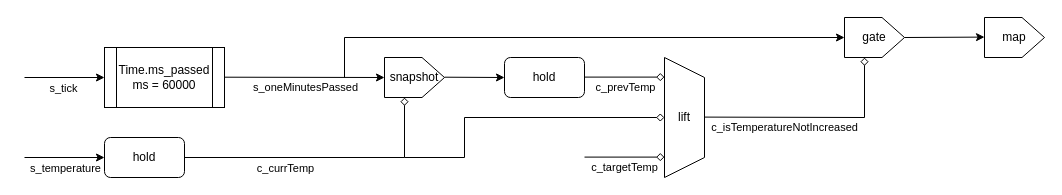
The draw.io diagram images/error_temperature_not_increased.drawio in suzuki-taro-unofficial/frpot, before the edit. Source tidied: cells renumbered, new cells numbered last; positions are measured from the earlier drawing's top-left corner, leaving out a move shared by most shapes. Both pictures are drawn from the tidied source at 100%, with x=0, y=0 at pixel (24, 17).
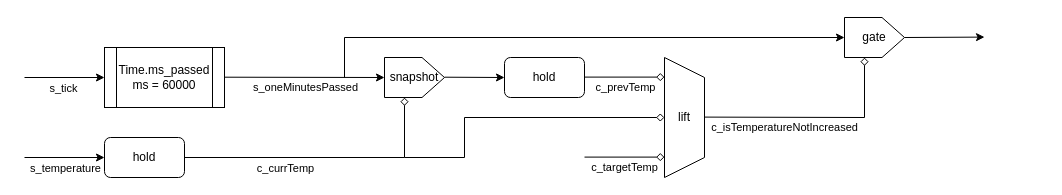
The same diagram, later.

The edit, as a diff of the source:
```diff
@@
-    <mxCell id="26" value="map" style="shape=offPageConnector;whiteSpace=wrap;html=1;direction=north;" parent="1" vertex="1">
-      <mxGeometry x="960" width="60" height="40" as="geometry" />
-    </mxCell>
```
